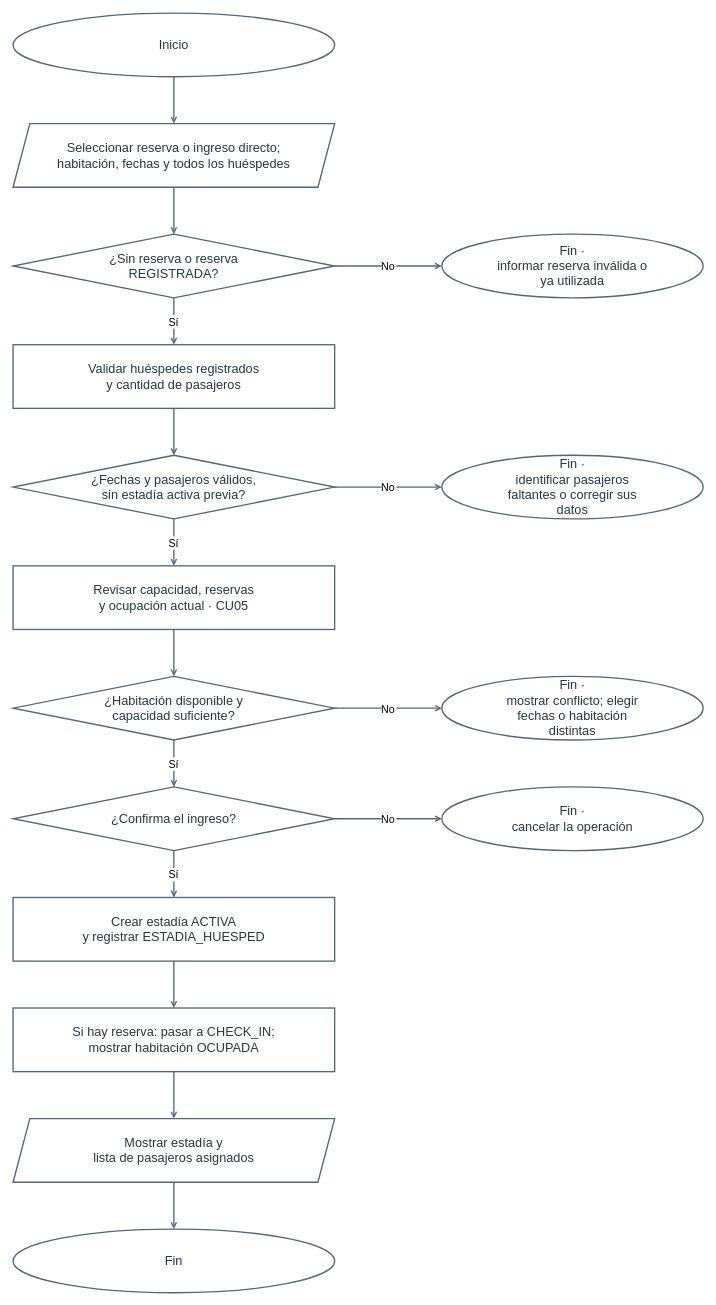
The draw.io diagram diagramas-editables/flujo-check-in.drawio in Yutre3/hotel-duerme-bien, before the edit. Source tidied: cells renumbered, new cells numbered last; positions are measured from the earlier drawing's top-left corner, leaving out a move shared by most shapes. Both pictures are drawn from the tidied source at 67%, with x=0, y=0 at pixel (13, 13).
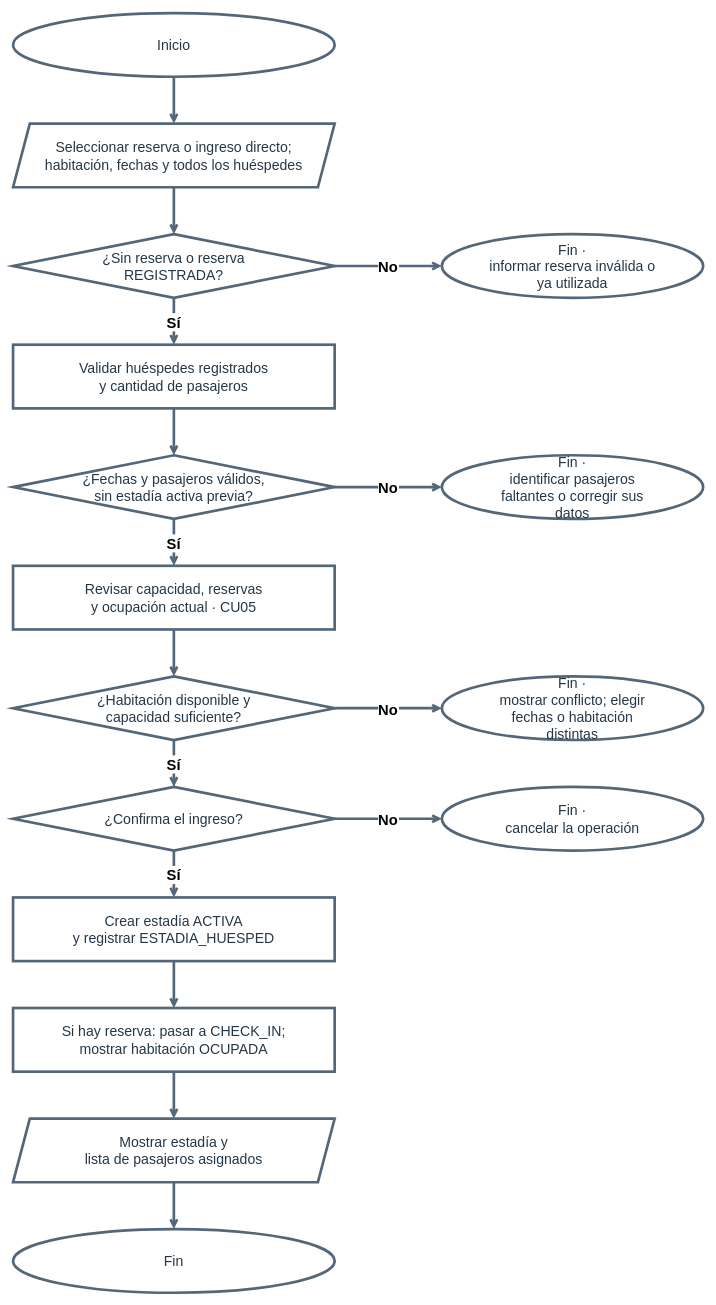
The same diagram, later.

Diff of the diagram source:
```diff
@@
-    <mxCell id="2" value="Inicio" style="ellipse;html=0;whiteSpace=wrap;strokeColor=#546778;strokeWidth=2;fillColor=#ffffff;fontColor=#253747;fontSize=19;" parent="1" vertex="1">
+    <mxCell id="2" value="Inicio" style="ellipse;html=0;whiteSpace=wrap;strokeColor=#546778;strokeWidth=4;fillColor=#ffffff;fontColor=#253747;fontSize=21;" parent="1" vertex="1">
       <mxGeometry width="480" height="95" as="geometry" />
     </mxCell>
-    <mxCell id="3" value="Seleccionar reserva o ingreso directo;&#10;habitación, fechas y todos los huéspedes" style="shape=parallelogram;fixedSize=1;size=25;html=0;whiteSpace=wrap;strokeColor=#546778;strokeWidth=2;fillColor=#ffffff;fontColor=#253747;fontSize=19;" parent="1" vertex="1">
+    <mxCell id="3" value="Seleccionar reserva o ingreso directo;&#10;habitación, fechas y todos los huéspedes" style="shape=parallelogram;fixedSize=1;size=25;html=0;whiteSpace=wrap;strokeColor=#546778;strokeWidth=4;fillColor=#ffffff;fontColor=#253747;fontSize=21;" parent="1" vertex="1">
       <mxGeometry y="165" width="480" height="95" as="geometry" />
     </mxCell>
-    <mxCell id="4" value="¿Sin reserva o reserva&#10;REGISTRADA?" style="rhombus;html=0;whiteSpace=wrap;strokeColor=#546778;strokeWidth=2;fillColor=#ffffff;fontColor=#253747;fontSize=19;" parent="1" vertex="1">
+    <mxCell id="4" value="¿Sin reserva o reserva&#10;REGISTRADA?" style="rhombus;html=0;whiteSpace=wrap;strokeColor=#546778;strokeWidth=4;fillColor=#ffffff;fontColor=#253747;fontSize=21;" parent="1" vertex="1">
       <mxGeometry y="330" width="480" height="95" as="geometry" />
     </mxCell>
-    <mxCell id="5" value="Validar huéspedes registrados&#10;y cantidad de pasajeros" style="rounded=0;html=0;whiteSpace=wrap;strokeColor=#546778;strokeWidth=2;fillColor=#ffffff;fontColor=#253747;fontSize=19;" parent="1" vertex="1">
+    <mxCell id="5" value="Validar huéspedes registrados&#10;y cantidad de pasajeros" style="rounded=0;html=0;whiteSpace=wrap;strokeColor=#546778;strokeWidth=4;fillColor=#ffffff;fontColor=#253747;fontSize=21;" parent="1" vertex="1">
       <mxGeometry y="495" width="480" height="95" as="geometry" />
     </mxCell>
-    <mxCell id="6" value="¿Fechas y pasajeros válidos,&#10;sin estadía activa previa?" style="rhombus;html=0;whiteSpace=wrap;strokeColor=#546778;strokeWidth=2;fillColor=#ffffff;fontColor=#253747;fontSize=19;" parent="1" vertex="1">
+    <mxCell id="6" value="¿Fechas y pasajeros válidos,&#10;sin estadía activa previa?" style="rhombus;html=0;whiteSpace=wrap;strokeColor=#546778;strokeWidth=4;fillColor=#ffffff;fontColor=#253747;fontSize=21;" parent="1" vertex="1">
       <mxGeometry y="660" width="480" height="95" as="geometry" />
     </mxCell>
-    <mxCell id="7" value="Revisar capacidad, reservas&#10;y ocupación actual · CU05" style="rounded=0;html=0;whiteSpace=wrap;strokeColor=#546778;strokeWidth=2;fillColor=#ffffff;fontColor=#253747;fontSize=19;" parent="1" vertex="1">
+    <mxCell id="7" value="Revisar capacidad, reservas&#10;y ocupación actual · CU05" style="rounded=0;html=0;whiteSpace=wrap;strokeColor=#546778;strokeWidth=4;fillColor=#ffffff;fontColor=#253747;fontSize=21;" parent="1" vertex="1">
       <mxGeometry y="825" width="480" height="95" as="geometry" />
     </mxCell>
-    <mxCell id="8" value="¿Habitación disponible y&#10;capacidad suficiente?" style="rhombus;html=0;whiteSpace=wrap;strokeColor=#546778;strokeWidth=2;fillColor=#ffffff;fontColor=#253747;fontSize=19;" parent="1" vertex="1">
+    <mxCell id="8" value="¿Habitación disponible y&#10;capacidad suficiente?" style="rhombus;html=0;whiteSpace=wrap;strokeColor=#546778;strokeWidth=4;fillColor=#ffffff;fontColor=#253747;fontSize=21;" parent="1" vertex="1">
       <mxGeometry y="990" width="480" height="95" as="geometry" />
     </mxCell>
-    <mxCell id="9" value="¿Confirma el ingreso?" style="rhombus;html=0;whiteSpace=wrap;strokeColor=#546778;strokeWidth=2;fillColor=#ffffff;fontColor=#253747;fontSize=19;" parent="1" vertex="1">
+    <mxCell id="9" value="¿Confirma el ingreso?" style="rhombus;html=0;whiteSpace=wrap;strokeColor=#546778;strokeWidth=4;fillColor=#ffffff;fontColor=#253747;fontSize=21;" parent="1" vertex="1">
       <mxGeometry y="1155" width="480" height="95" as="geometry" />
     </mxCell>
-    <mxCell id="10" value="Crear estadía ACTIVA&#10;y registrar ESTADIA_HUESPED" style="rounded=0;html=0;whiteSpace=wrap;strokeColor=#546778;strokeWidth=2;fillColor=#ffffff;fontColor=#253747;fontSize=19;" parent="1" vertex="1">
+    <mxCell id="10" value="Crear estadía ACTIVA&#10;y registrar ESTADIA_HUESPED" style="rounded=0;html=0;whiteSpace=wrap;strokeColor=#546778;strokeWidth=4;fillColor=#ffffff;fontColor=#253747;fontSize=21;" parent="1" vertex="1">
       <mxGeometry y="1320" width="480" height="95" as="geometry" />
     </mxCell>
-    <mxCell id="11" value="Si hay reserva: pasar a CHECK_IN;&#10;mostrar habitación OCUPADA" style="rounded=0;html=0;whiteSpace=wrap;strokeColor=#546778;strokeWidth=2;fillColor=#ffffff;fontColor=#253747;fontSize=19;" parent="1" vertex="1">
+    <mxCell id="11" value="Si hay reserva: pasar a CHECK_IN;&#10;mostrar habitación OCUPADA" style="rounded=0;html=0;whiteSpace=wrap;strokeColor=#546778;strokeWidth=4;fillColor=#ffffff;fontColor=#253747;fontSize=21;" parent="1" vertex="1">
       <mxGeometry y="1485" width="480" height="95" as="geometry" />
     </mxCell>
-    <mxCell id="12" value="Mostrar estadía y&#10;lista de pasajeros asignados" style="shape=parallelogram;fixedSize=1;size=25;html=0;whiteSpace=wrap;strokeColor=#546778;strokeWidth=2;fillColor=#ffffff;fontColor=#253747;fontSize=19;" parent="1" vertex="1">
+    <mxCell id="12" value="Mostrar estadía y&#10;lista de pasajeros asignados" style="shape=parallelogram;fixedSize=1;size=25;html=0;whiteSpace=wrap;strokeColor=#546778;strokeWidth=4;fillColor=#ffffff;fontColor=#253747;fontSize=21;" parent="1" vertex="1">
       <mxGeometry y="1650" width="480" height="95" as="geometry" />
     </mxCell>
-    <mxCell id="13" value="Fin" style="ellipse;html=0;whiteSpace=wrap;strokeColor=#546778;strokeWidth=2;fillColor=#ffffff;fontColor=#253747;fontSize=19;" parent="1" vertex="1">
+    <mxCell id="13" value="Fin" style="ellipse;html=0;whiteSpace=wrap;strokeColor=#546778;strokeWidth=4;fillColor=#ffffff;fontColor=#253747;fontSize=21;" parent="1" vertex="1">
       <mxGeometry y="1815" width="480" height="95" as="geometry" />
     </mxCell>
-    <mxCell id="14" value="Fin ·&#10;informar reserva inválida o&#10;ya utilizada" style="ellipse;html=0;whiteSpace=wrap;strokeColor=#546778;strokeWidth=2;fillColor=#ffffff;fontColor=#253747;fontSize=19;" parent="1" vertex="1">
+    <mxCell id="14" value="Fin ·&#10;informar reserva inválida o&#10;ya utilizada" style="ellipse;html=0;whiteSpace=wrap;strokeColor=#546778;strokeWidth=4;fillColor=#ffffff;fontColor=#253747;fontSize=21;" parent="1" vertex="1">
       <mxGeometry x="640" y="330" width="390" height="95" as="geometry" />
     </mxCell>
-    <mxCell id="15" value="Fin ·&#10;identificar pasajeros&#10;faltantes o corregir sus&#10;datos" style="ellipse;html=0;whiteSpace=wrap;strokeColor=#546778;strokeWidth=2;fillColor=#ffffff;fontColor=#253747;fontSize=19;" parent="1" vertex="1">
+    <mxCell id="15" value="Fin ·&#10;identificar pasajeros&#10;faltantes o corregir sus&#10;datos" style="ellipse;html=0;whiteSpace=wrap;strokeColor=#546778;strokeWidth=4;fillColor=#ffffff;fontColor=#253747;fontSize=21;" parent="1" vertex="1">
       <mxGeometry x="640" y="660" width="390" height="95" as="geometry" />
     </mxCell>
-    <mxCell id="16" value="Fin ·&#10;mostrar conflicto; elegir&#10;fechas o habitación&#10;distintas" style="ellipse;html=0;whiteSpace=wrap;strokeColor=#546778;strokeWidth=2;fillColor=#ffffff;fontColor=#253747;fontSize=19;" parent="1" vertex="1">
+    <mxCell id="16" value="Fin ·&#10;mostrar conflicto; elegir&#10;fechas o habitación&#10;distintas" style="ellipse;html=0;whiteSpace=wrap;strokeColor=#546778;strokeWidth=4;fillColor=#ffffff;fontColor=#253747;fontSize=21;" parent="1" vertex="1">
       <mxGeometry x="640" y="990" width="390" height="95" as="geometry" />
     </mxCell>
-    <mxCell id="17" value="Fin ·&#10;cancelar la operación" style="ellipse;html=0;whiteSpace=wrap;strokeColor=#546778;strokeWidth=2;fillColor=#ffffff;fontColor=#253747;fontSize=19;" parent="1" vertex="1">
+    <mxCell id="17" value="Fin ·&#10;cancelar la operación" style="ellipse;html=0;whiteSpace=wrap;strokeColor=#546778;strokeWidth=4;fillColor=#ffffff;fontColor=#253747;fontSize=21;" parent="1" vertex="1">
       <mxGeometry x="640" y="1155" width="390" height="95" as="geometry" />
     </mxCell>
-    <mxCell id="18" style="html=0;edgeStyle=orthogonalEdgeStyle;jettySize=24;rounded=0;strokeWidth=2;strokeColor=#546778;fontSize=16;endArrow=open;endFill=0;startArrow=none;startFill=0;exitX=0.5;exitY=1;exitPerimeter=0;entryX=0.5;entryY=0;entryPerimeter=0;" parent="1" edge="1" source="2" target="3">
+    <mxCell id="18" style="html=0;edgeStyle=orthogonalEdgeStyle;jettySize=32;rounded=0;strokeWidth=4;strokeColor=#546778;fontSize=22;fontStyle=1;endArrow=open;endFill=0;startArrow=none;startFill=0;exitX=0.5;exitY=1;exitPerimeter=0;entryX=0.5;entryY=0;entryPerimeter=0;" parent="1" edge="1" source="2" target="3">
       <mxGeometry relative="1" as="geometry" />
     </mxCell>
-    <mxCell id="19" style="html=0;edgeStyle=orthogonalEdgeStyle;jettySize=24;rounded=0;strokeWidth=2;strokeColor=#546778;fontSize=16;endArrow=open;endFill=0;startArrow=none;startFill=0;exitX=0.5;exitY=1;exitPerimeter=0;entryX=0.5;entryY=0;entryPerimeter=0;" parent="1" edge="1" source="3" target="4">
+    <mxCell id="19" style="html=0;edgeStyle=orthogonalEdgeStyle;jettySize=32;rounded=0;strokeWidth=4;strokeColor=#546778;fontSize=22;fontStyle=1;endArrow=open;endFill=0;startArrow=none;startFill=0;exitX=0.5;exitY=1;exitPerimeter=0;entryX=0.5;entryY=0;entryPerimeter=0;" parent="1" edge="1" source="3" target="4">
       <mxGeometry relative="1" as="geometry" />
     </mxCell>
-    <mxCell id="20" value="Sí" style="html=0;edgeStyle=orthogonalEdgeStyle;jettySize=24;rounded=0;strokeWidth=2;strokeColor=#546778;fontSize=16;endArrow=open;endFill=0;startArrow=none;startFill=0;exitX=0.5;exitY=1;exitPerimeter=0;entryX=0.5;entryY=0;entryPerimeter=0;" parent="1" edge="1" source="4" target="5">
+    <mxCell id="20" value="Sí" style="html=0;edgeStyle=orthogonalEdgeStyle;jettySize=32;rounded=0;strokeWidth=4;strokeColor=#546778;fontSize=22;fontStyle=1;endArrow=open;endFill=0;startArrow=none;startFill=0;exitX=0.5;exitY=1;exitPerimeter=0;entryX=0.5;entryY=0;entryPerimeter=0;" parent="1" edge="1" source="4" target="5">
       <mxGeometry relative="1" as="geometry" />
     </mxCell>
-    <mxCell id="21" style="html=0;edgeStyle=orthogonalEdgeStyle;jettySize=24;rounded=0;strokeWidth=2;strokeColor=#546778;fontSize=16;endArrow=open;endFill=0;startArrow=none;startFill=0;exitX=0.5;exitY=1;exitPerimeter=0;entryX=0.5;entryY=0;entryPerimeter=0;" parent="1" edge="1" source="5" target="6">
+    <mxCell id="21" style="html=0;edgeStyle=orthogonalEdgeStyle;jettySize=32;rounded=0;strokeWidth=4;strokeColor=#546778;fontSize=22;fontStyle=1;endArrow=open;endFill=0;startArrow=none;startFill=0;exitX=0.5;exitY=1;exitPerimeter=0;entryX=0.5;entryY=0;entryPerimeter=0;" parent="1" edge="1" source="5" target="6">
       <mxGeometry relative="1" as="geometry" />
     </mxCell>
-    <mxCell id="22" value="Sí" style="html=0;edgeStyle=orthogonalEdgeStyle;jettySize=24;rounded=0;strokeWidth=2;strokeColor=#546778;fontSize=16;endArrow=open;endFill=0;startArrow=none;startFill=0;exitX=0.5;exitY=1;exitPerimeter=0;entryX=0.5;entryY=0;entryPerimeter=0;" parent="1" edge="1" source="6" target="7">
+    <mxCell id="22" value="Sí" style="html=0;edgeStyle=orthogonalEdgeStyle;jettySize=32;rounded=0;strokeWidth=4;strokeColor=#546778;fontSize=22;fontStyle=1;endArrow=open;endFill=0;startArrow=none;startFill=0;exitX=0.5;exitY=1;exitPerimeter=0;entryX=0.5;entryY=0;entryPerimeter=0;" parent="1" edge="1" source="6" target="7">
       <mxGeometry relative="1" as="geometry" />
     </mxCell>
-    <mxCell id="23" style="html=0;edgeStyle=orthogonalEdgeStyle;jettySize=24;rounded=0;strokeWidth=2;strokeColor=#546778;fontSize=16;endArrow=open;endFill=0;startArrow=none;startFill=0;exitX=0.5;exitY=1;exitPerimeter=0;entryX=0.5;entryY=0;entryPerimeter=0;" parent="1" edge="1" source="7" target="8">
+    <mxCell id="23" style="html=0;edgeStyle=orthogonalEdgeStyle;jettySize=32;rounded=0;strokeWidth=4;strokeColor=#546778;fontSize=22;fontStyle=1;endArrow=open;endFill=0;startArrow=none;startFill=0;exitX=0.5;exitY=1;exitPerimeter=0;entryX=0.5;entryY=0;entryPerimeter=0;" parent="1" edge="1" source="7" target="8">
       <mxGeometry relative="1" as="geometry" />
     </mxCell>
-    <mxCell id="24" value="Sí" style="html=0;edgeStyle=orthogonalEdgeStyle;jettySize=24;rounded=0;strokeWidth=2;strokeColor=#546778;fontSize=16;endArrow=open;endFill=0;startArrow=none;startFill=0;exitX=0.5;exitY=1;exitPerimeter=0;entryX=0.5;entryY=0;entryPerimeter=0;" parent="1" edge="1" source="8" target="9">
+    <mxCell id="24" value="Sí" style="html=0;edgeStyle=orthogonalEdgeStyle;jettySize=32;rounded=0;strokeWidth=4;strokeColor=#546778;fontSize=22;fontStyle=1;endArrow=open;endFill=0;startArrow=none;startFill=0;exitX=0.5;exitY=1;exitPerimeter=0;entryX=0.5;entryY=0;entryPerimeter=0;" parent="1" edge="1" source="8" target="9">
       <mxGeometry relative="1" as="geometry" />
     </mxCell>
-    <mxCell id="25" value="Sí" style="html=0;edgeStyle=orthogonalEdgeStyle;jettySize=24;rounded=0;strokeWidth=2;strokeColor=#546778;fontSize=16;endArrow=open;endFill=0;startArrow=none;startFill=0;exitX=0.5;exitY=1;exitPerimeter=0;entryX=0.5;entryY=0;entryPerimeter=0;" parent="1" edge="1" source="9" target="10">
+    <mxCell id="25" value="Sí" style="html=0;edgeStyle=orthogonalEdgeStyle;jettySize=32;rounded=0;strokeWidth=4;strokeColor=#546778;fontSize=22;fontStyle=1;endArrow=open;endFill=0;startArrow=none;startFill=0;exitX=0.5;exitY=1;exitPerimeter=0;entryX=0.5;entryY=0;entryPerimeter=0;" parent="1" edge="1" source="9" target="10">
       <mxGeometry relative="1" as="geometry" />
     </mxCell>
-    <mxCell id="26" style="html=0;edgeStyle=orthogonalEdgeStyle;jettySize=24;rounded=0;strokeWidth=2;strokeColor=#546778;fontSize=16;endArrow=open;endFill=0;startArrow=none;startFill=0;exitX=0.5;exitY=1;exitPerimeter=0;entryX=0.5;entryY=0;entryPerimeter=0;" parent="1" edge="1" source="10" target="11">
+    <mxCell id="26" style="html=0;edgeStyle=orthogonalEdgeStyle;jettySize=32;rounded=0;strokeWidth=4;strokeColor=#546778;fontSize=22;fontStyle=1;endArrow=open;endFill=0;startArrow=none;startFill=0;exitX=0.5;exitY=1;exitPerimeter=0;entryX=0.5;entryY=0;entryPerimeter=0;" parent="1" edge="1" source="10" target="11">
       <mxGeometry relative="1" as="geometry" />
     </mxCell>
-    <mxCell id="27" style="html=0;edgeStyle=orthogonalEdgeStyle;jettySize=24;rounded=0;strokeWidth=2;strokeColor=#546778;fontSize=16;endArrow=open;endFill=0;startArrow=none;startFill=0;exitX=0.5;exitY=1;exitPerimeter=0;entryX=0.5;entryY=0;entryPerimeter=0;" parent="1" edge="1" source="11" target="12">
+    <mxCell id="27" style="html=0;edgeStyle=orthogonalEdgeStyle;jettySize=32;rounded=0;strokeWidth=4;strokeColor=#546778;fontSize=22;fontStyle=1;endArrow=open;endFill=0;startArrow=none;startFill=0;exitX=0.5;exitY=1;exitPerimeter=0;entryX=0.5;entryY=0;entryPerimeter=0;" parent="1" edge="1" source="11" target="12">
       <mxGeometry relative="1" as="geometry" />
     </mxCell>
-    <mxCell id="28" style="html=0;edgeStyle=orthogonalEdgeStyle;jettySize=24;rounded=0;strokeWidth=2;strokeColor=#546778;fontSize=16;endArrow=open;endFill=0;startArrow=none;startFill=0;exitX=0.5;exitY=1;exitPerimeter=0;entryX=0.5;entryY=0;entryPerimeter=0;" parent="1" edge="1" source="12" target="13">
+    <mxCell id="28" style="html=0;edgeStyle=orthogonalEdgeStyle;jettySize=32;rounded=0;strokeWidth=4;strokeColor=#546778;fontSize=22;fontStyle=1;endArrow=open;endFill=0;startArrow=none;startFill=0;exitX=0.5;exitY=1;exitPerimeter=0;entryX=0.5;entryY=0;entryPerimeter=0;" parent="1" edge="1" source="12" target="13">
       <mxGeometry relative="1" as="geometry" />
     </mxCell>
-    <mxCell id="29" value="No" style="html=0;edgeStyle=orthogonalEdgeStyle;jettySize=24;rounded=0;strokeWidth=2;strokeColor=#546778;fontSize=16;endArrow=open;endFill=0;startArrow=none;startFill=0;exitX=1;exitY=0.5;exitPerimeter=0;entryX=0;entryY=0.5;entryPerimeter=0;" parent="1" edge="1" source="4" target="14">
+    <mxCell id="29" value="No" style="html=0;edgeStyle=orthogonalEdgeStyle;jettySize=32;rounded=0;strokeWidth=4;strokeColor=#546778;fontSize=22;fontStyle=1;endArrow=open;endFill=0;startArrow=none;startFill=0;exitX=1;exitY=0.5;exitPerimeter=0;entryX=0;entryY=0.5;entryPerimeter=0;" parent="1" edge="1" source="4" target="14">
       <mxGeometry relative="1" as="geometry" />
     </mxCell>
-    <mxCell id="30" value="No" style="html=0;edgeStyle=orthogonalEdgeStyle;jettySize=24;rounded=0;strokeWidth=2;strokeColor=#546778;fontSize=16;endArrow=open;endFill=0;startArrow=none;startFill=0;exitX=1;exitY=0.5;exitPerimeter=0;entryX=0;entryY=0.5;entryPerimeter=0;" parent="1" edge="1" source="6" target="15">
+    <mxCell id="30" value="No" style="html=0;edgeStyle=orthogonalEdgeStyle;jettySize=32;rounded=0;strokeWidth=4;strokeColor=#546778;fontSize=22;fontStyle=1;endArrow=open;endFill=0;startArrow=none;startFill=0;exitX=1;exitY=0.5;exitPerimeter=0;entryX=0;entryY=0.5;entryPerimeter=0;" parent="1" edge="1" source="6" target="15">
       <mxGeometry relative="1" as="geometry" />
     </mxCell>
-    <mxCell id="31" value="No" style="html=0;edgeStyle=orthogonalEdgeStyle;jettySize=24;rounded=0;strokeWidth=2;strokeColor=#546778;fontSize=16;endArrow=open;endFill=0;startArrow=none;startFill=0;exitX=1;exitY=0.5;exitPerimeter=0;entryX=0;entryY=0.5;entryPerimeter=0;" parent="1" edge="1" source="8" target="16">
+    <mxCell id="31" value="No" style="html=0;edgeStyle=orthogonalEdgeStyle;jettySize=32;rounded=0;strokeWidth=4;strokeColor=#546778;fontSize=22;fontStyle=1;endArrow=open;endFill=0;startArrow=none;startFill=0;exitX=1;exitY=0.5;exitPerimeter=0;entryX=0;entryY=0.5;entryPerimeter=0;" parent="1" edge="1" source="8" target="16">
       <mxGeometry relative="1" as="geometry" />
     </mxCell>
-    <mxCell id="32" value="No" style="html=0;edgeStyle=orthogonalEdgeStyle;jettySize=24;rounded=0;strokeWidth=2;strokeColor=#546778;fontSize=16;endArrow=open;endFill=0;startArrow=none;startFill=0;exitX=1;exitY=0.5;exitPerimeter=0;entryX=0;entryY=0.5;entryPerimeter=0;" parent="1" edge="1" source="9" target="17">
+    <mxCell id="32" value="No" style="html=0;edgeStyle=orthogonalEdgeStyle;jettySize=32;rounded=0;strokeWidth=4;strokeColor=#546778;fontSize=22;fontStyle=1;endArrow=open;endFill=0;startArrow=none;startFill=0;exitX=1;exitY=0.5;exitPerimeter=0;entryX=0;entryY=0.5;entryPerimeter=0;" parent="1" edge="1" source="9" target="17">
       <mxGeometry relative="1" as="geometry" />
     </mxCell>
```
